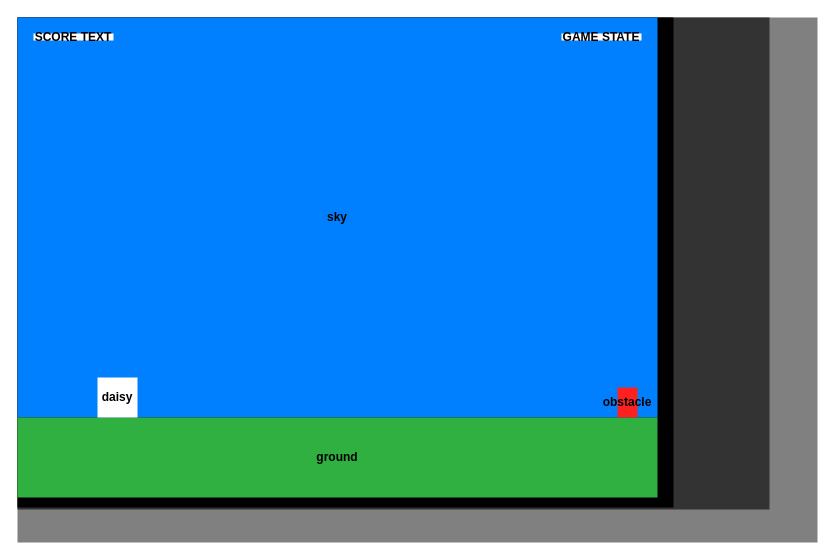
This is Hopping_Daisy/00_Documentation/Game Layout.drawio from carloszlopez/DigitalDesignClass, a draw.io file, before an edit. Source tidied: cells renumbered, new cells numbered last; positions are measured from the earlier drawing's top-left corner, leaving out a move shared by most shapes. Both pictures are drawn from the tidied source at 100%, with x=0, y=0 at pixel (17, 17).
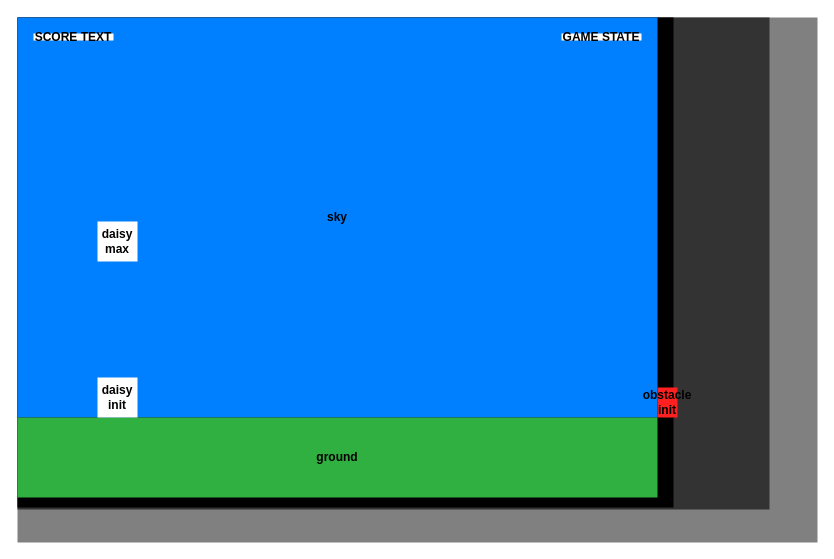
After the change.

Change to the diagram source:
```diff
@@
 <mxGraphModel background="#FFFFFF">
   <root>
     <mxCell id="0" />
     <mxCell id="1" parent="0" />
     <mxCell id="2" style="rounded=0;whiteSpace=wrap;html=1;fillColor=#808080;strokeColor=none;verticalAlign=top;align=left;" parent="1" vertex="1">
       <mxGeometry width="800" height="525" as="geometry" />
     </mxCell>
     <mxCell id="3" style="rounded=0;whiteSpace=wrap;html=1;fillColor=#333333;strokeColor=none;verticalAlign=top;align=left;" parent="1" vertex="1">
       <mxGeometry width="752" height="492" as="geometry" />
     </mxCell>
     <mxCell id="4" style="rounded=0;whiteSpace=wrap;html=1;fillColor=#000000;strokeColor=none;verticalAlign=top;align=left;" parent="1" vertex="1">
       <mxGeometry width="656" height="490" as="geometry" />
     </mxCell>
     <mxCell id="5" value="&lt;font style=&quot;color: rgb(0, 0, 0);&quot;&gt;&lt;b&gt;sky&lt;/b&gt;&lt;/font&gt;" style="rounded=0;whiteSpace=wrap;html=1;fillColor=#0080FF;strokeColor=none;" parent="1" vertex="1">
       <mxGeometry width="640" height="400" as="geometry" />
     </mxCell>
     <mxCell id="6" value="&lt;font style=&quot;color: rgb(0, 0, 0);&quot;&gt;&lt;b&gt;ground&lt;/b&gt;&lt;/font&gt;" style="rounded=0;whiteSpace=wrap;html=1;fillColor=#30B040;strokeColor=none;" parent="1" vertex="1">
       <mxGeometry y="400" width="640" height="80" as="geometry" />
     </mxCell>
-    <mxCell id="7" value="&lt;font style=&quot;color: rgb(0, 0, 0);&quot;&gt;&lt;b&gt;daisy&lt;/b&gt;&lt;/font&gt;" style="rounded=0;whiteSpace=wrap;html=1;fillColor=#FFFFFF;strokeColor=none;" parent="1" vertex="1">
+    <mxCell id="7" value="&lt;font style=&quot;color: rgb(0, 0, 0);&quot;&gt;&lt;b&gt;daisy init&lt;/b&gt;&lt;/font&gt;" style="rounded=0;whiteSpace=wrap;html=1;fillColor=#FFFFFF;strokeColor=none;" parent="1" vertex="1">
       <mxGeometry x="80" y="360" width="40" height="40" as="geometry" />
     </mxCell>
-    <mxCell id="8" value="&lt;font style=&quot;color: rgb(0, 0, 0);&quot;&gt;&lt;b&gt;obstacle&lt;/b&gt;&lt;/font&gt;" style="rounded=0;whiteSpace=wrap;html=1;fillColor=#FF2020;strokeColor=none;" parent="1" vertex="1">
-      <mxGeometry x="600" y="370" width="20" height="30" as="geometry" />
+    <mxCell id="8" value="&lt;font style=&quot;color: rgb(0, 0, 0);&quot;&gt;&lt;b&gt;obstacle&lt;/b&gt;&lt;/font&gt;&lt;div&gt;&lt;font style=&quot;color: rgb(0, 0, 0);&quot;&gt;&lt;b&gt;init&lt;/b&gt;&lt;/font&gt;&lt;/div&gt;" style="rounded=0;whiteSpace=wrap;html=1;fillColor=#FF2020;strokeColor=none;" parent="1" vertex="1">
+      <mxGeometry x="640" y="370" width="20" height="30" as="geometry" />
     </mxCell>
     <mxCell id="9" value="&lt;font style=&quot;color: rgb(0, 0, 0);&quot;&gt;&lt;b&gt;SCORE TEXT&lt;/b&gt;&lt;/font&gt;" style="rounded=0;whiteSpace=wrap;html=1;fillColor=#FFFFFF;strokeColor=none;" parent="1" vertex="1">
       <mxGeometry x="16" y="16" width="80" height="7" as="geometry" />
     </mxCell>
     <mxCell id="10" value="&lt;font style=&quot;color: rgb(0, 0, 0);&quot;&gt;&lt;b&gt;GAME STATE&lt;/b&gt;&lt;/font&gt;" style="rounded=0;whiteSpace=wrap;html=1;fillColor=#FFFFFF;strokeColor=none;" parent="1" vertex="1">
       <mxGeometry x="544" y="16" width="80" height="7" as="geometry" />
     </mxCell>
+    <mxCell id="11" value="&lt;font style=&quot;color: rgb(0, 0, 0);&quot;&gt;&lt;b&gt;daisy max&lt;/b&gt;&lt;/font&gt;" style="rounded=0;whiteSpace=wrap;html=1;fillColor=#FFFFFF;strokeColor=none;" parent="1" vertex="1">
+      <mxGeometry x="80" y="204" width="40" height="40" as="geometry" />
+    </mxCell>
   </root>
 </mxGraphModel>
```
